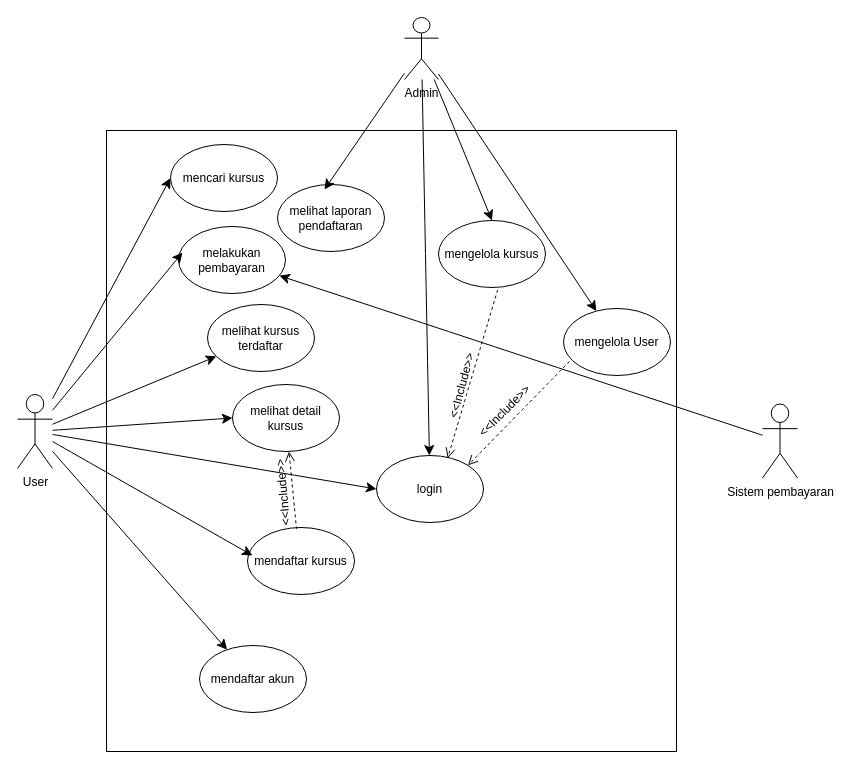
The draw.io diagram usecase.drawio in Rizkyhnkw/diagram, before the edit. Source tidied: cells renumbered, new cells numbered last; positions are measured from the earlier drawing's top-left corner, leaving out a move shared by most shapes. Both pictures are drawn from the tidied source at 100%, with x=0, y=0 at pixel (17, 17).
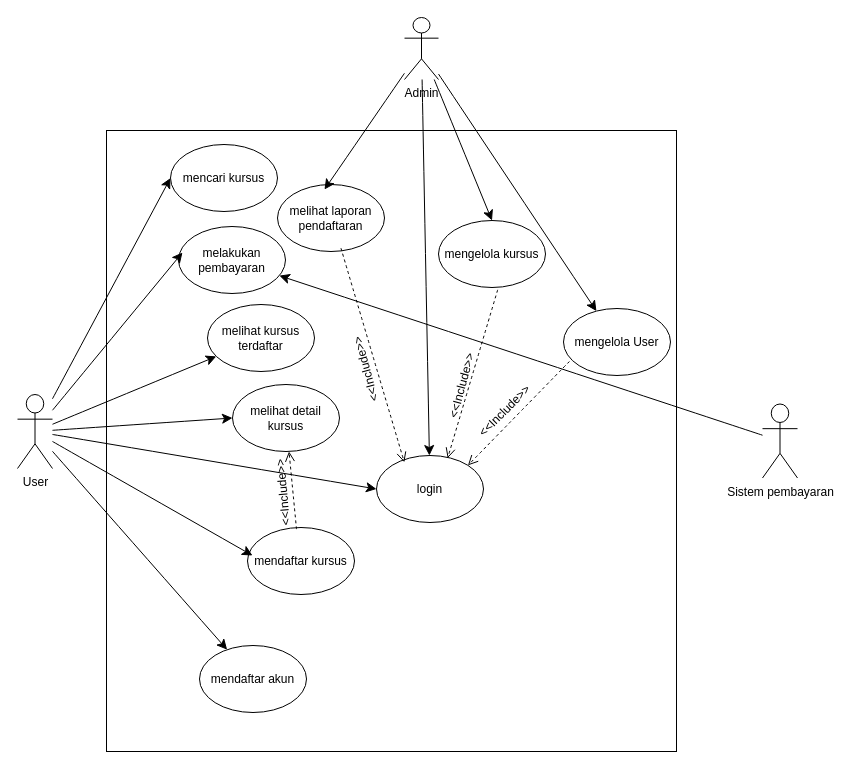
Above is the later version.

The change refers to these unchanged cells:
```xml
<mxCell id="20" value="login" style="ellipse;whiteSpace=wrap;html=1;" parent="1" vertex="1">
  <mxGeometry x="359" y="438" width="107" height="67" as="geometry" />
</mxCell>
<mxCell id="21" value="melihat laporan pendaftaran" style="ellipse;whiteSpace=wrap;html=1;" parent="1" vertex="1">
  <mxGeometry x="260" y="167" width="107" height="67" as="geometry" />
</mxCell>
```

Change to the diagram source:
```diff
@@
+    <mxCell id="34" style="endArrow=open;startArrow=none;endFill=0;startFill=0;endSize=8;html=1;verticalAlign=bottom;dashed=1;labelBackgroundColor=none;rounded=0;fontSize=12;curved=1;exitX=0.593;exitY=0.95;exitDx=0;exitDy=0;exitPerimeter=0;entryX=0.26;entryY=0.102;entryDx=0;entryDy=0;entryPerimeter=0;" parent="1" edge="1" source="21" target="20">
+      <mxGeometry relative="1" as="geometry" />
+    </mxCell>
+    <mxCell id="35" value="&amp;lt;&amp;lt;Include&amp;gt;&amp;gt;" style="edgeLabel;html=1;align=center;verticalAlign=middle;fontSize=12;rotation=-105;labelBackgroundColor=none;" parent="34" vertex="1">
+      <mxGeometry x="0.08" relative="1" as="geometry">
+        <mxPoint x="-9" y="6" as="offset" />
+      </mxGeometry>
+    </mxCell>
```
